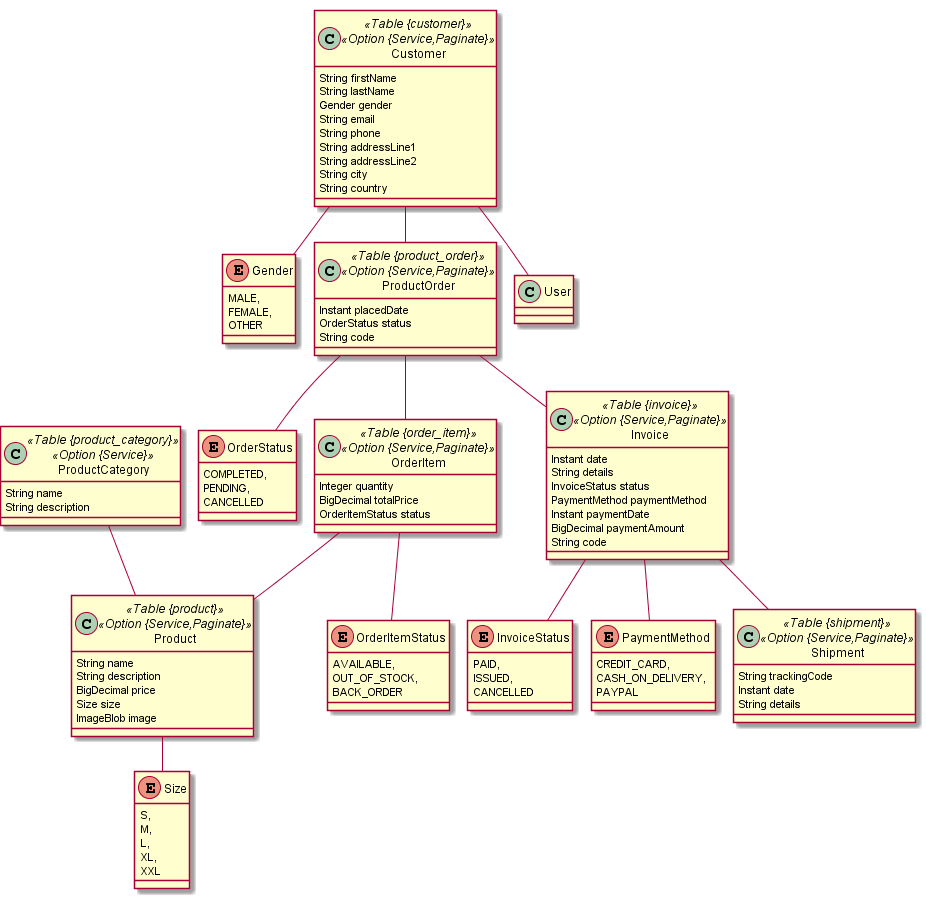
Before: online-store.png, a diagram exported from PlantUML (labdesarrollojava/online-store).
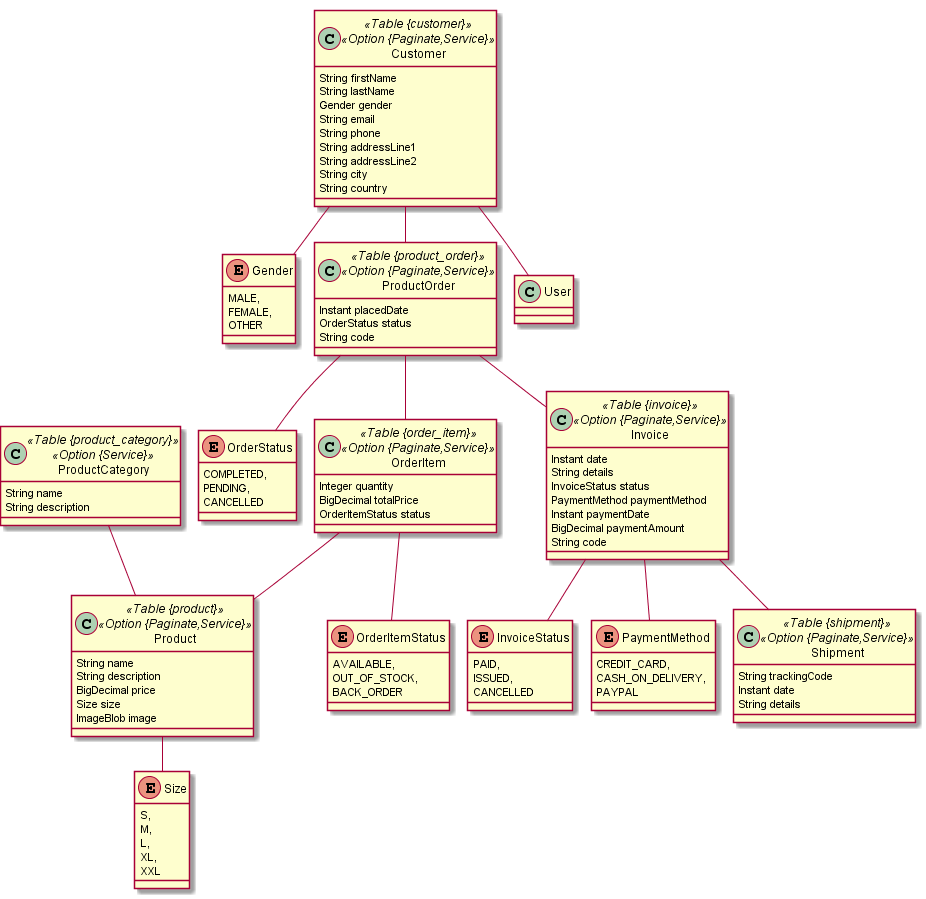
Later version of the same file.

The edit, as a diff of the source:
```diff
@@ -1,7 +1,7 @@
 @startuml
 	!pragma graphviz_dot jdot
 	!pragma syntax class
-	class Product <<Table {product}>><<Option {Service,Paginate}>> {
+	class Product <<Table {product}>><<Option {Paginate,Service}>> {
 		String name
 		String description
 		BigDecimal price
@@ -13,7 +13,7 @@
 		String name
 		String description
 	}
-	class Customer <<Table {customer}>><<Option {Service,Paginate}>> {
+	class Customer <<Table {customer}>><<Option {Paginate,Service}>> {
 		String firstName
 		String lastName
 		Gender gender
@@ -25,19 +25,19 @@
 		String country
 	}
 	Customer ..> Gender
-	class ProductOrder <<Table {product_order}>><<Option {Service,Paginate}>> {
+	class ProductOrder <<Table {product_order}>><<Option {Paginate,Service}>> {
 		Instant placedDate
 		OrderStatus status
 		String code
 	}
 	ProductOrder ..> OrderStatus
-	class OrderItem <<Table {order_item}>><<Option {Service,Paginate}>> {
+	class OrderItem <<Table {order_item}>><<Option {Paginate,Service}>> {
 		Integer quantity
 		BigDecimal totalPrice
 		OrderItemStatus status
 	}
 	OrderItem ..> OrderItemStatus
-	class Invoice <<Table {invoice}>><<Option {Service,Paginate}>> {
+	class Invoice <<Table {invoice}>><<Option {Paginate,Service}>> {
 		Instant date
 		String details
 		InvoiceStatus status
@@ -48,7 +48,7 @@
 	}
 	Invoice ..> InvoiceStatus
 	Invoice ..> PaymentMethod
-	class Shipment <<Table {shipment}>><<Option {Service,Paginate}>> {
+	class Shipment <<Table {shipment}>><<Option {Paginate,Service}>> {
 		String trackingCode
 		Instant date
 		String details
```
